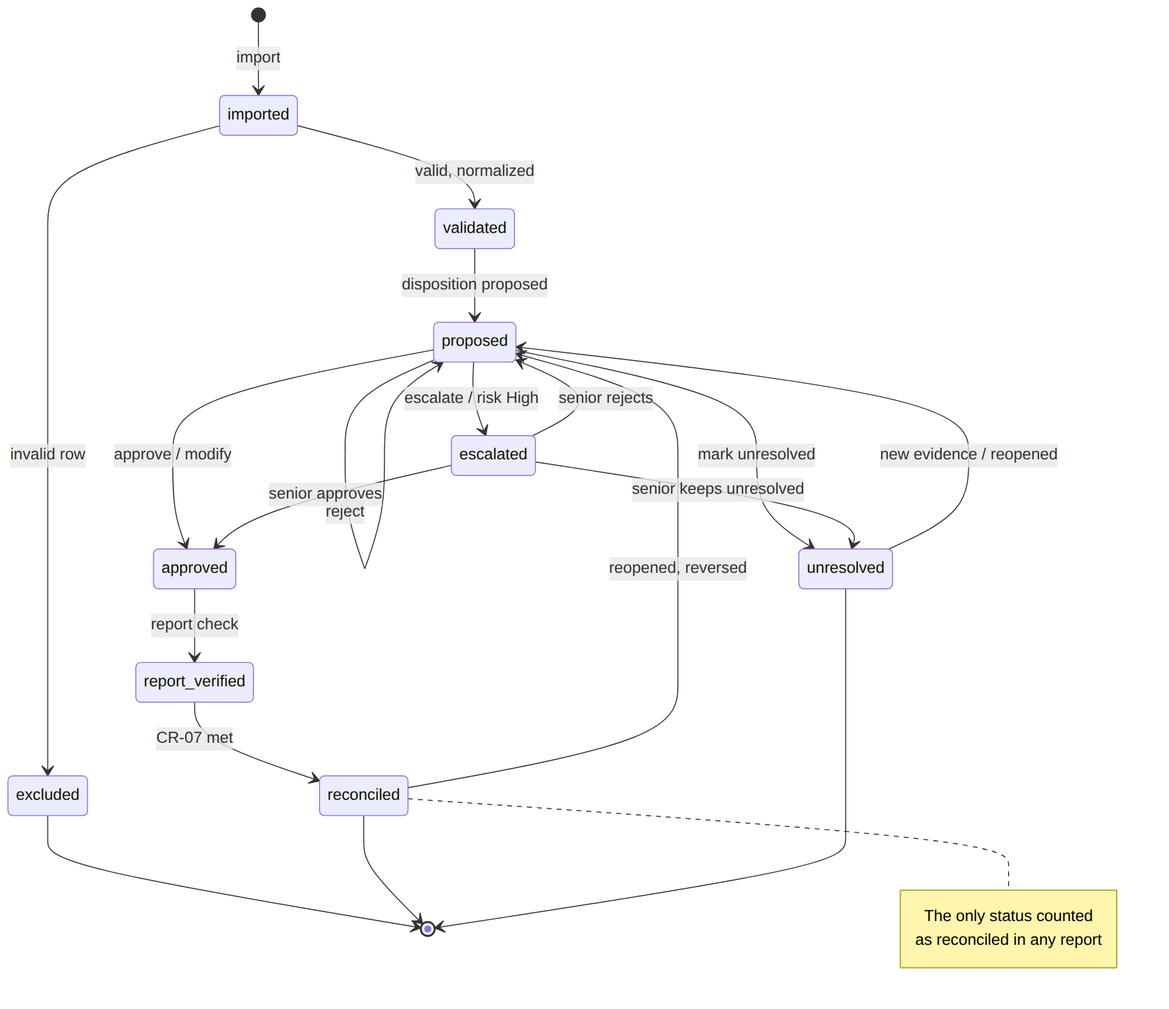
Earlier version of the Mermaid export docs/diagrams/state_item_lifecycle.png (uday269/bank_reconciliation). Its source is kept beside it as docs/diagrams/state_item_lifecycle.mmd. Source of this version:
```mermaid
stateDiagram-v2
    direction TB
    [*] --> imported: import
    imported --> excluded: invalid row
    imported --> validated: valid, normalized
    validated --> proposed: disposition proposed
    proposed --> approved: approve / modify
    proposed --> escalated: escalate / risk High
    proposed --> proposed: reject
    proposed --> unresolved: mark unresolved
    escalated --> approved: senior approves
    escalated --> proposed: senior rejects
    escalated --> unresolved: senior keeps unresolved
    approved --> report_verified: report check
    report_verified --> reconciled: CR-07 met
    reconciled --> proposed: reopened, reversed
    unresolved --> proposed: new evidence / reopened
    excluded --> [*]
    reconciled --> [*]
    unresolved --> [*]

    note right of reconciled
        The only status counted
        as reconciled in any report
    end note
```
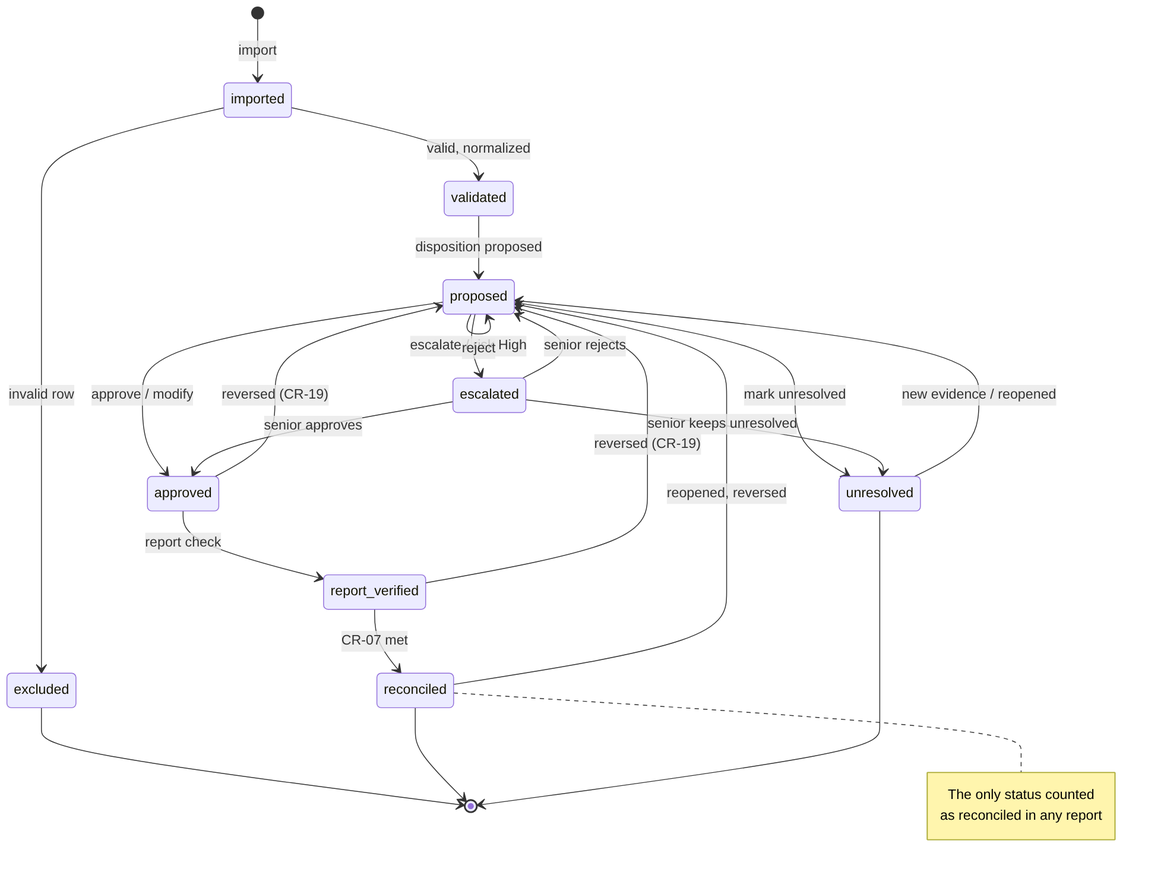
After the commit.

The edit, as a diff of the source:
```diff
@@ -12,7 +12,9 @@
     escalated --> proposed: senior rejects
     escalated --> unresolved: senior keeps unresolved
     approved --> report_verified: report check
+    approved --> proposed: reversed (CR-19)
     report_verified --> reconciled: CR-07 met
+    report_verified --> proposed: reversed (CR-19)
     reconciled --> proposed: reopened, reversed
     unresolved --> proposed: new evidence / reopened
     excluded --> [*]
```
